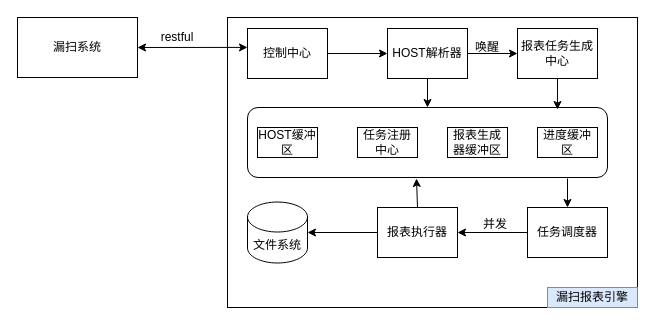
Earlier version of the draw.io diagram 报表引擎.drawio (ztoone/webscan). Source tidied: cells renumbered, new cells numbered last; positions are measured from the earlier drawing's top-left corner, leaving out a move shared by most shapes. Both pictures are drawn from the tidied source at 100%, with x=0, y=0 at pixel (17, 17).
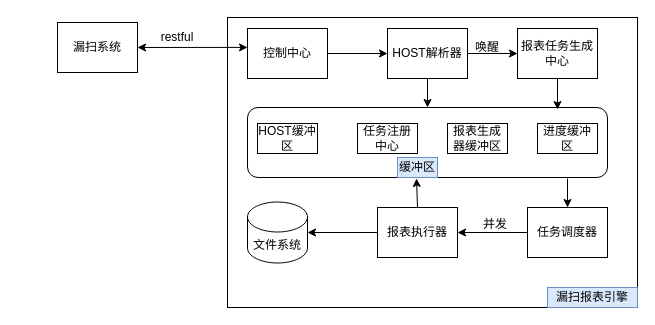
Above is the later version.

Unchanged cells that the change refers to:
```xml
<mxCell id="4" value="控制中心" style="rounded=0;whiteSpace=wrap;html=1;" parent="1" vertex="1">
  <mxGeometry x="230" y="11" width="80" height="50" as="geometry" />
</mxCell>
```

Diff of the diagram source:
```diff
@@
-    <mxCell id="2" value="漏扫系统" style="rounded=0;whiteSpace=wrap;html=1;" parent="1" vertex="1">
-      <mxGeometry width="120" height="60" as="geometry" />
-    </mxCell>
@@
-    <mxCell id="6" style="endArrow=classic;startArrow=classic;html=1;exitX=1;exitY=0.5;exitDx=0;exitDy=0;entryX=0;entryY=0.378;entryDx=0;entryDy=0;entryPerimeter=0;" parent="1" edge="1" source="2" target="4">
-      <mxGeometry relative="1" as="geometry" />
+    <mxCell id="6" style="endArrow=classic;startArrow=classic;html=1;exitX=1;exitY=0.5;exitDx=0;exitDy=0;entryX=0;entryY=0.378;entryDx=0;entryDy=0;entryPerimeter=0;" parent="1" edge="1" target="4">
+      <mxGeometry relative="1" as="geometry">
+        <mxPoint x="120" y="30" as="sourcePoint" />
+      </mxGeometry>
     </mxCell>
@@
     <mxCell id="9" value="HOST缓冲区" style="rounded=0;whiteSpace=wrap;html=1;" parent="1" vertex="1">
-      <mxGeometry x="240" y="110" width="60" height="30" as="geometry" />
+      <mxGeometry x="240" y="106" width="60" height="30" as="geometry" />
     </mxCell>
     <mxCell id="10" value="任务注册中心" style="rounded=0;whiteSpace=wrap;html=1;" parent="1" vertex="1">
-      <mxGeometry x="340" y="110" width="60" height="30" as="geometry" />
+      <mxGeometry x="340" y="106" width="60" height="30" as="geometry" />
     </mxCell>
     <mxCell id="11" value="报表生成器缓冲区" style="rounded=0;whiteSpace=wrap;html=1;" parent="1" vertex="1">
-      <mxGeometry x="430" y="110" width="60" height="30" as="geometry" />
+      <mxGeometry x="430" y="106" width="60" height="30" as="geometry" />
     </mxCell>
     <mxCell id="12" value="进度缓冲区" style="rounded=0;whiteSpace=wrap;html=1;" parent="1" vertex="1">
-      <mxGeometry x="520" y="110" width="60" height="30" as="geometry" />
+      <mxGeometry x="520" y="106" width="60" height="30" as="geometry" />
     </mxCell>
@@
+    <mxCell id="28" value="缓冲区" style="text;html=1;strokeColor=#6c8ebf;fillColor=#dae8fc;align=center;verticalAlign=middle;whiteSpace=wrap;rounded=0;" parent="1" vertex="1">
+      <mxGeometry x="380" y="140" width="40" height="20" as="geometry" />
+    </mxCell>
+    <mxCell id="2" value="漏扫系统" style="rounded=0;whiteSpace=wrap;html=1;" parent="1" vertex="1">
+      <mxGeometry x="40" y="5" width="80" height="50" as="geometry" />
+    </mxCell>
```
